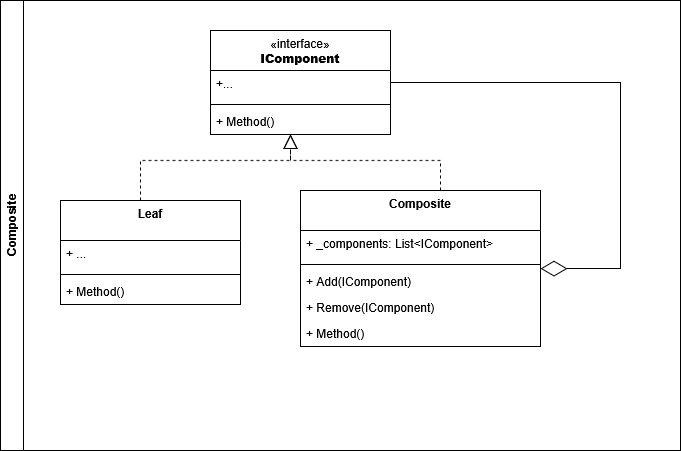
The draw.io diagram structurals/resources/composite_components.drawio.png in devgalop/design-patterns-csharp, before a commit. Source tidied: cells renumbered, new cells last; positions are measured from the earlier drawing's top-left corner, leaving out a move shared by most shapes. Source of this version:
```xml
<mxGraphModel>
  <root>
    <mxCell id="0" />
    <mxCell id="1" parent="0" />
    <mxCell id="2" value="Composite" style="swimlane;horizontal=0;whiteSpace=wrap;html=1;" parent="1" vertex="1">
      <mxGeometry width="680" height="450" as="geometry" />
    </mxCell>
    <mxCell id="3" value="Leaf" style="swimlane;fontStyle=1;align=center;verticalAlign=top;horizontal=1;startSize=40;whiteSpace=wrap;html=1;" parent="2" vertex="1">
      <mxGeometry x="60" y="200" width="180" height="104" as="geometry" />
    </mxCell>
    <mxCell id="4" value="+ ..." style="text;strokeColor=none;fillColor=none;align=left;verticalAlign=top;spacingLeft=4;spacingRight=4;overflow=hidden;whiteSpace=wrap;html=1;" parent="3" vertex="1">
      <mxGeometry y="40" width="180" height="30" as="geometry" />
    </mxCell>
    <mxCell id="5" style="line;strokeWidth=1;fillColor=none;align=left;verticalAlign=middle;spacingTop=-1;spacingLeft=3;spacingRight=3;labelPosition=right;strokeColor=inherit;" parent="3" vertex="1">
      <mxGeometry y="70" width="180" height="8" as="geometry" />
    </mxCell>
    <mxCell id="6" value="+ Method()" style="text;strokeColor=none;fillColor=none;align=left;verticalAlign=top;spacingLeft=4;spacingRight=4;overflow=hidden;whiteSpace=wrap;html=1;" parent="3" vertex="1">
      <mxGeometry y="78" width="180" height="26" as="geometry" />
    </mxCell>
    <mxCell id="7" value="&lt;span style=&quot;font-weight: normal;&quot;&gt;«interface»&lt;/span&gt;&lt;br&gt;&lt;b&gt;IComponent&lt;/b&gt;" style="swimlane;fontStyle=1;align=center;verticalAlign=top;horizontal=1;startSize=40;whiteSpace=wrap;html=1;" parent="2" vertex="1">
      <mxGeometry x="210" y="30" width="180" height="104" as="geometry" />
    </mxCell>
    <mxCell id="8" value="+..." style="text;strokeColor=none;fillColor=none;align=left;verticalAlign=top;spacingLeft=4;spacingRight=4;overflow=hidden;whiteSpace=wrap;html=1;" parent="7" vertex="1">
      <mxGeometry y="40" width="180" height="30" as="geometry" />
    </mxCell>
    <mxCell id="9" style="line;strokeWidth=1;fillColor=none;align=left;verticalAlign=middle;spacingTop=-1;spacingLeft=3;spacingRight=3;labelPosition=right;strokeColor=inherit;" parent="7" vertex="1">
      <mxGeometry y="70" width="180" height="8" as="geometry" />
    </mxCell>
    <mxCell id="10" value="+ Method()" style="text;strokeColor=none;fillColor=none;align=left;verticalAlign=top;spacingLeft=4;spacingRight=4;overflow=hidden;whiteSpace=wrap;html=1;" parent="7" vertex="1">
      <mxGeometry y="78" width="180" height="26" as="geometry" />
    </mxCell>
    <mxCell id="11" value="Composite" style="swimlane;fontStyle=1;align=center;verticalAlign=top;horizontal=1;startSize=40;whiteSpace=wrap;html=1;" parent="2" vertex="1">
      <mxGeometry x="300" y="190" width="240" height="156" as="geometry" />
    </mxCell>
    <mxCell id="12" value="+ _components: List&amp;lt;IComponent&amp;gt;" style="text;strokeColor=none;fillColor=none;align=left;verticalAlign=top;spacingLeft=4;spacingRight=4;overflow=hidden;whiteSpace=wrap;html=1;" parent="11" vertex="1">
      <mxGeometry y="40" width="240" height="30" as="geometry" />
    </mxCell>
    <mxCell id="13" style="line;strokeWidth=1;fillColor=none;align=left;verticalAlign=middle;spacingTop=-1;spacingLeft=3;spacingRight=3;labelPosition=right;strokeColor=inherit;" parent="11" vertex="1">
      <mxGeometry y="70" width="240" height="8" as="geometry" />
    </mxCell>
    <mxCell id="14" value="+ Add(IComponent)" style="text;strokeColor=none;fillColor=none;align=left;verticalAlign=top;spacingLeft=4;spacingRight=4;overflow=hidden;whiteSpace=wrap;html=1;" parent="11" vertex="1">
      <mxGeometry y="78" width="240" height="26" as="geometry" />
    </mxCell>
    <mxCell id="15" value="+ Remove(IComponent)" style="text;strokeColor=none;fillColor=none;align=left;verticalAlign=top;spacingLeft=4;spacingRight=4;overflow=hidden;whiteSpace=wrap;html=1;" parent="11" vertex="1">
      <mxGeometry y="104" width="240" height="26" as="geometry" />
    </mxCell>
    <mxCell id="16" value="+ Method()" style="text;strokeColor=none;fillColor=none;align=left;verticalAlign=top;spacingLeft=4;spacingRight=4;overflow=hidden;whiteSpace=wrap;html=1;" parent="11" vertex="1">
      <mxGeometry y="130" width="240" height="26" as="geometry" />
    </mxCell>
    <mxCell id="17" style="endArrow=block;dashed=1;endFill=0;endSize=12;html=1;rounded=0;edgeStyle=orthogonalEdgeStyle;" parent="2" edge="1" source="3" target="7">
      <mxGeometry relative="1" as="geometry">
        <Array as="points">
          <mxPoint x="140" y="160" />
          <mxPoint x="290" y="160" />
        </Array>
      </mxGeometry>
    </mxCell>
    <mxCell id="18" style="endArrow=block;dashed=1;endFill=0;endSize=12;html=1;rounded=0;edgeStyle=orthogonalEdgeStyle;" parent="2" edge="1" source="11" target="7">
      <mxGeometry relative="1" as="geometry">
        <Array as="points">
          <mxPoint x="440" y="160" />
          <mxPoint x="290" y="160" />
        </Array>
      </mxGeometry>
    </mxCell>
    <mxCell id="19" style="endArrow=diamondThin;endFill=0;endSize=24;html=1;rounded=0;edgeStyle=orthogonalEdgeStyle;" parent="2" edge="1" source="7" target="11">
      <mxGeometry relative="1" as="geometry">
        <Array as="points">
          <mxPoint x="620" y="82" />
          <mxPoint x="620" y="268" />
        </Array>
      </mxGeometry>
    </mxCell>
  </root>
</mxGraphModel>
```
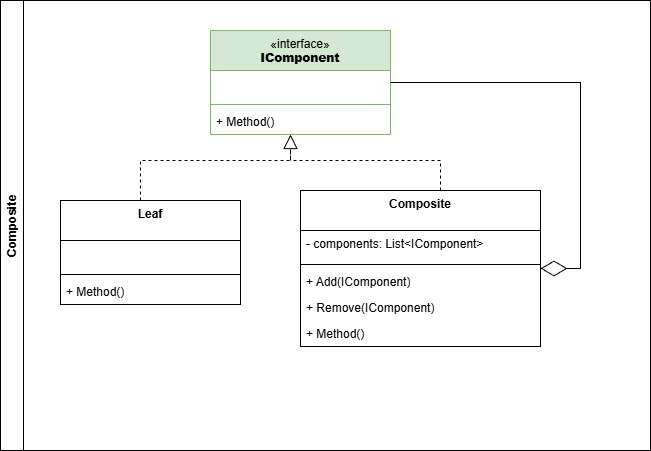
Above is the later version.

What changed in the source:
```diff
@@ -1,14 +1,14 @@
-<mxGraphModel>
+<mxGraphModel background="#ffffff">
   <root>
     <mxCell id="0" />
     <mxCell id="1" parent="0" />
     <mxCell id="2" value="Composite" style="swimlane;horizontal=0;whiteSpace=wrap;html=1;" parent="1" vertex="1">
-      <mxGeometry width="680" height="450" as="geometry" />
+      <mxGeometry width="650" height="450" as="geometry" />
     </mxCell>
     <mxCell id="3" value="Leaf" style="swimlane;fontStyle=1;align=center;verticalAlign=top;horizontal=1;startSize=40;whiteSpace=wrap;html=1;" parent="2" vertex="1">
       <mxGeometry x="60" y="200" width="180" height="104" as="geometry" />
     </mxCell>
-    <mxCell id="4" value="+ ..." style="text;strokeColor=none;fillColor=none;align=left;verticalAlign=top;spacingLeft=4;spacingRight=4;overflow=hidden;whiteSpace=wrap;html=1;" parent="3" vertex="1">
+    <mxCell id="4" value="&amp;nbsp;" style="text;strokeColor=none;fillColor=none;align=left;verticalAlign=top;spacingLeft=4;spacingRight=4;overflow=hidden;whiteSpace=wrap;html=1;" parent="3" vertex="1">
       <mxGeometry y="40" width="180" height="30" as="geometry" />
     </mxCell>
     <mxCell id="5" style="line;strokeWidth=1;fillColor=none;align=left;verticalAlign=middle;spacingTop=-1;spacingLeft=3;spacingRight=3;labelPosition=right;strokeColor=inherit;" parent="3" vertex="1">
@@ -17,10 +17,10 @@
     <mxCell id="6" value="+ Method()" style="text;strokeColor=none;fillColor=none;align=left;verticalAlign=top;spacingLeft=4;spacingRight=4;overflow=hidden;whiteSpace=wrap;html=1;" parent="3" vertex="1">
       <mxGeometry y="78" width="180" height="26" as="geometry" />
     </mxCell>
-    <mxCell id="7" value="&lt;span style=&quot;font-weight: normal;&quot;&gt;«interface»&lt;/span&gt;&lt;br&gt;&lt;b&gt;IComponent&lt;/b&gt;" style="swimlane;fontStyle=1;align=center;verticalAlign=top;horizontal=1;startSize=40;whiteSpace=wrap;html=1;" parent="2" vertex="1">
+    <mxCell id="7" value="&lt;span style=&quot;font-weight: normal;&quot;&gt;«interface»&lt;/span&gt;&lt;br&gt;&lt;b&gt;IComponent&lt;/b&gt;" style="swimlane;fontStyle=1;align=center;verticalAlign=top;horizontal=1;startSize=40;whiteSpace=wrap;html=1;fillColor=#d5e8d4;strokeColor=#82b366;" parent="2" vertex="1">
       <mxGeometry x="210" y="30" width="180" height="104" as="geometry" />
     </mxCell>
-    <mxCell id="8" value="+..." style="text;strokeColor=none;fillColor=none;align=left;verticalAlign=top;spacingLeft=4;spacingRight=4;overflow=hidden;whiteSpace=wrap;html=1;" parent="7" vertex="1">
+    <mxCell id="8" value="&amp;nbsp;" style="text;strokeColor=none;fillColor=none;align=left;verticalAlign=top;spacingLeft=4;spacingRight=4;overflow=hidden;whiteSpace=wrap;html=1;" parent="7" vertex="1">
       <mxGeometry y="40" width="180" height="30" as="geometry" />
     </mxCell>
     <mxCell id="9" style="line;strokeWidth=1;fillColor=none;align=left;verticalAlign=middle;spacingTop=-1;spacingLeft=3;spacingRight=3;labelPosition=right;strokeColor=inherit;" parent="7" vertex="1">
@@ -32,7 +32,7 @@
     <mxCell id="11" value="Composite" style="swimlane;fontStyle=1;align=center;verticalAlign=top;horizontal=1;startSize=40;whiteSpace=wrap;html=1;" parent="2" vertex="1">
       <mxGeometry x="300" y="190" width="240" height="156" as="geometry" />
     </mxCell>
-    <mxCell id="12" value="+ _components: List&amp;lt;IComponent&amp;gt;" style="text;strokeColor=none;fillColor=none;align=left;verticalAlign=top;spacingLeft=4;spacingRight=4;overflow=hidden;whiteSpace=wrap;html=1;" parent="11" vertex="1">
+    <mxCell id="12" value="- components: List&amp;lt;IComponent&amp;gt;" style="text;strokeColor=none;fillColor=none;align=left;verticalAlign=top;spacingLeft=4;spacingRight=4;overflow=hidden;whiteSpace=wrap;html=1;" parent="11" vertex="1">
       <mxGeometry y="40" width="240" height="30" as="geometry" />
     </mxCell>
     <mxCell id="13" style="line;strokeWidth=1;fillColor=none;align=left;verticalAlign=middle;spacingTop=-1;spacingLeft=3;spacingRight=3;labelPosition=right;strokeColor=inherit;" parent="11" vertex="1">
@@ -66,8 +66,8 @@
     <mxCell id="19" style="endArrow=diamondThin;endFill=0;endSize=24;html=1;rounded=0;edgeStyle=orthogonalEdgeStyle;" parent="2" edge="1" source="7" target="11">
       <mxGeometry relative="1" as="geometry">
         <Array as="points">
-          <mxPoint x="620" y="82" />
-          <mxPoint x="620" y="268" />
+          <mxPoint x="580" y="82" />
+          <mxPoint x="580" y="268" />
         </Array>
       </mxGeometry>
     </mxCell>
```
